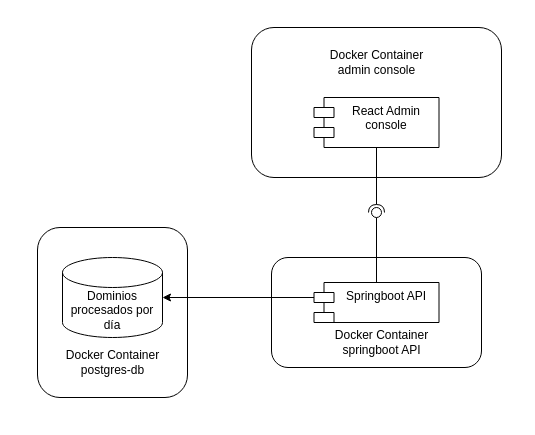
This is diagramas/DiagramaDespliegue.drawio from sergiog182/SSE_TEST, a draw.io file, before an edit. Source tidied: cells renumbered, new cells numbered last; positions are measured from the earlier drawing's top-left corner, leaving out a move shared by most shapes. Both pictures are drawn from the tidied source at 100%, with x=0, y=0 at pixel (37, 27).
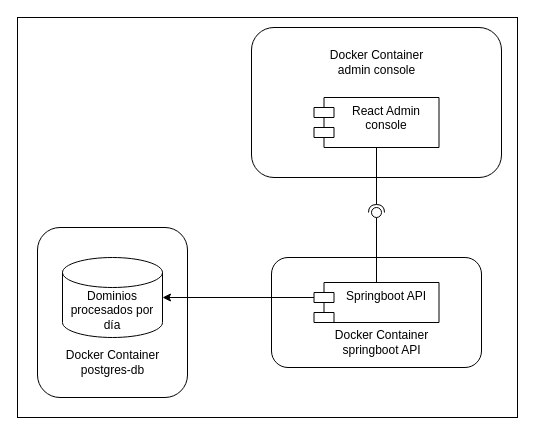
After the change.

Commit message (it also covers changes not shown here):
Agregadas imagenes, completada documentacion

What changed in the source:
```diff
@@
 <mxGraphModel>
   <root>
     <mxCell id="0" />
     <mxCell id="1" parent="0" />
+    <mxCell id="15" style="rounded=0;whiteSpace=wrap;html=1;" parent="1" vertex="1">
+      <mxGeometry x="-20" y="-10" width="500" height="400" as="geometry" />
+    </mxCell>
     <mxCell id="2" style="rounded=1;whiteSpace=wrap;html=1;" parent="1" vertex="1">
       <mxGeometry y="200" width="150" height="170" as="geometry" />
     </mxCell>
     <mxCell id="3" style="rounded=1;whiteSpace=wrap;html=1;" parent="1" vertex="1">
       <mxGeometry x="214" width="250" height="150" as="geometry" />
     </mxCell>
     <mxCell id="4" style="rounded=1;whiteSpace=wrap;html=1;" parent="1" vertex="1">
       <mxGeometry x="234" y="230" width="210" height="110" as="geometry" />
     </mxCell>
     <mxCell id="5" value="Dominios procesados por día" style="shape=cylinder3;whiteSpace=wrap;html=1;boundedLbl=1;backgroundOutline=1;size=15;" parent="1" vertex="1">
       <mxGeometry x="25" y="230" width="100" height="80" as="geometry" />
     </mxCell>
     <mxCell id="6" value="Docker Container postgres-db" style="text;html=1;strokeColor=none;fillColor=none;align=center;verticalAlign=middle;whiteSpace=wrap;rounded=0;" parent="1" vertex="1">
       <mxGeometry x="17.5" y="320" width="115" height="30" as="geometry" />
     </mxCell>
     <mxCell id="7" style="edgeStyle=orthogonalEdgeStyle;rounded=0;jettySize=auto;html=1;exitX=0;exitY=0;exitDx=0;exitDy=15;entryX=1;entryY=0.5;entryDx=0;entryDy=0;entryPerimeter=0;exitPerimeter=0;" parent="1" edge="1" source="8" target="5">
       <mxGeometry relative="1" as="geometry" />
     </mxCell>
     <mxCell id="8" value="Springboot API&#10;" style="shape=module;align=left;spacingLeft=20;align=center;verticalAlign=top;" parent="1" vertex="1">
       <mxGeometry x="276.5" y="255" width="125" height="40" as="geometry" />
     </mxCell>
     <mxCell id="9" value="Docker Container springboot API" style="text;html=1;strokeColor=none;fillColor=none;align=center;verticalAlign=middle;whiteSpace=wrap;rounded=0;" parent="1" vertex="1">
       <mxGeometry x="286.5" y="300" width="115" height="30" as="geometry" />
     </mxCell>
     <mxCell id="10" value="Docker Container admin console" style="text;html=1;strokeColor=none;fillColor=none;align=center;verticalAlign=middle;whiteSpace=wrap;rounded=0;" parent="1" vertex="1">
       <mxGeometry x="281.5" y="20" width="115" height="30" as="geometry" />
     </mxCell>
     <mxCell id="11" value="React Admin &#10;console" style="shape=module;align=left;spacingLeft=20;align=center;verticalAlign=top;" parent="1" vertex="1">
       <mxGeometry x="276.5" y="70" width="125" height="50" as="geometry" />
     </mxCell>
     <mxCell id="12" style="rounded=0;jettySize=auto;html=1;endArrow=none;endFill=0;sketch=0;sourcePerimeterSpacing=0;targetPerimeterSpacing=0;exitX=0.5;exitY=0;exitDx=0;exitDy=0;" parent="1" edge="1" source="8" target="14">
       <mxGeometry relative="1" as="geometry" />
     </mxCell>
     <mxCell id="13" style="rounded=0;jettySize=auto;html=1;endArrow=halfCircle;endFill=0;entryX=0.5;entryY=0.5;endSize=6;strokeWidth=1;sketch=0;exitX=0.5;exitY=1;exitDx=0;exitDy=0;" parent="1" edge="1" source="11" target="14">
       <mxGeometry relative="1" as="geometry" />
     </mxCell>
     <mxCell id="14" style="ellipse;whiteSpace=wrap;html=1;align=center;points=[];outlineConnect=0;sketch=0;" parent="1" vertex="1">
       <mxGeometry x="334" y="180" width="10" height="10" as="geometry" />
     </mxCell>
   </root>
 </mxGraphModel>
```
